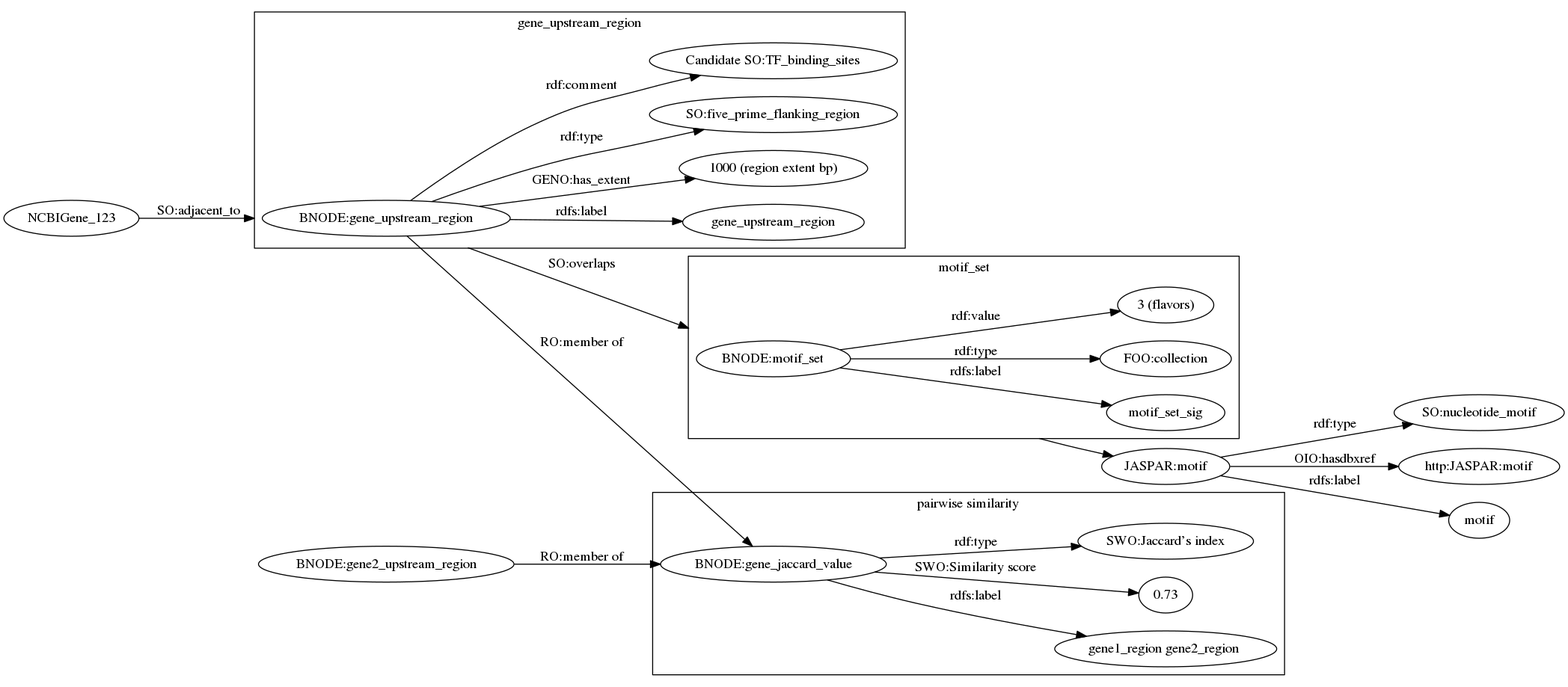
Above: jaspar_target_model.png in TomConlin/Jaspar_FA (Graphviz), before the change. Its source is kept beside it as jaspar_target_model.gv.
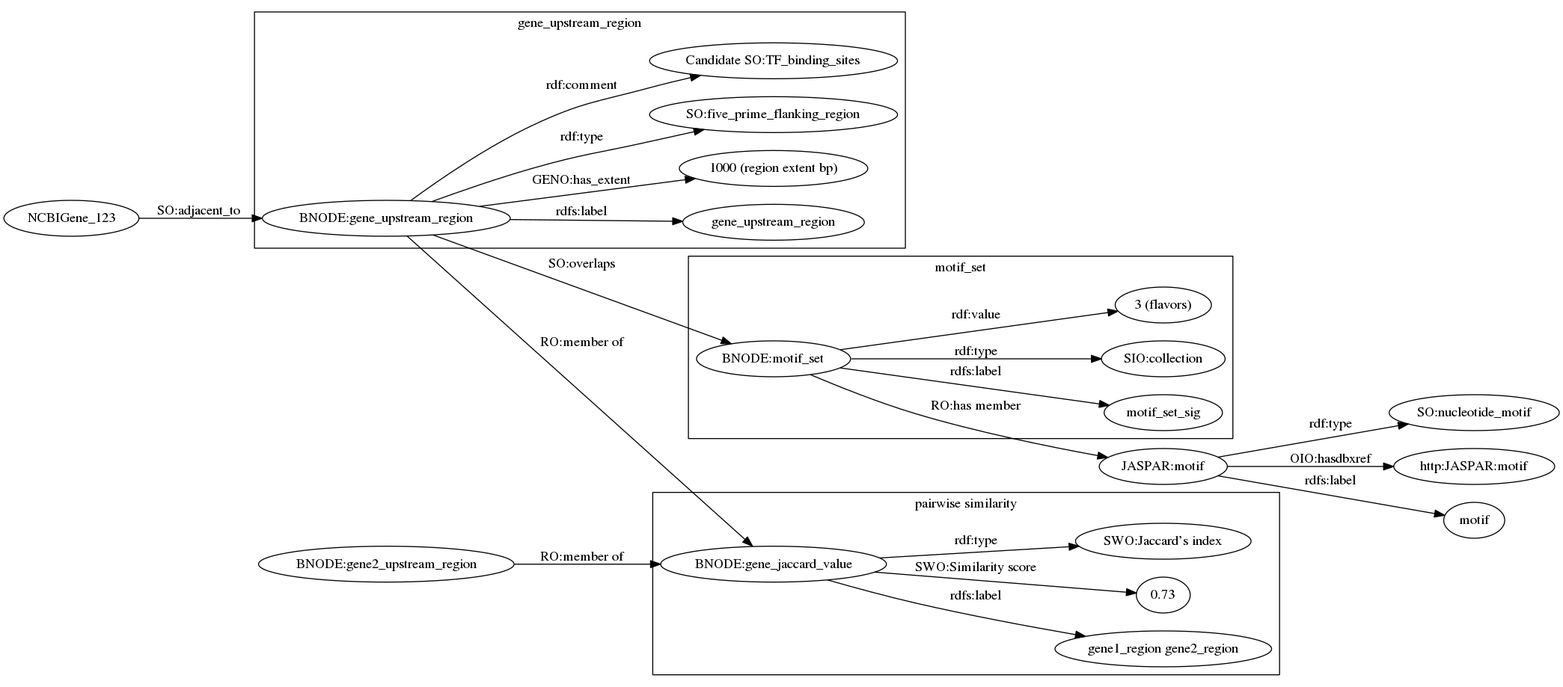
The same diagram one commit later.

Change to the diagram source:
```diff
@@ -3,9 +3,9 @@
  compound=true;
  title=JASPAR_target_model
 
-"NCBIGene_123" -> "BNODE:gene_upstream_region" [label="SO:adjacent_to",lhead="cluster_0"]
+ "NCBIGene_123" -> "BNODE:gene_upstream_region" [label="SO:adjacent_to"]
 
-subgraph  cluster_0 { // the genomic region
+ subgraph  cluster_0 { // the genomic region
 	label=gene_upstream_region
 	"BNODE:gene_upstream_region" -> "gene_upstream_region" [label="rdfs:label"]
 	"BNODE:gene_upstream_region" -> "1000 (region extent bp)" [label="GENO:has_extent"]
@@ -13,29 +13,27 @@
 	"BNODE:gene_upstream_region" -> "Candidate SO:TF_binding_sites" [label="rdf:comment"]
  }
 
-"BNODE:gene_upstream_region"-> "BNODE:motif_set" [label="SO:overlaps", ltail="cluster_0",lhead="cluster_1"]
+ "BNODE:gene_upstream_region"-> "BNODE:motif_set" [label="SO:overlaps"]
 
-subgraph cluster_1 { // set of motifs
+ subgraph cluster_1 { // set of motifs
 	label=motif_set
 	"BNODE:motif_set" -> "motif_set_sig"[label="rdfs:label"]
-	"BNODE:motif_set" -> "FOO:collection"[label="rdf:type"]
+	"BNODE:motif_set" -> "SIO:collection"[label="rdf:type"]
 	"BNODE:motif_set" -> "3 (flavors)"  [label="rdf:value"]
  }
 
-"BNODE:motif_set" -> "JASPAR:motif" [label="",ltail=cluster_1]
-"JASPAR:motif" -> "SO:nucleotide_motif" [label="rdf:type"]
-"JASPAR:motif" -> "http:JASPAR:motif"   [label="OIO:hasdbxref"]
-"JASPAR:motif" -> "motif"[label="rdfs:label"]
+ "BNODE:motif_set" -> "JASPAR:motif" [label="RO:has member"]
+ "JASPAR:motif" -> "SO:nucleotide_motif" [label="rdf:type"]
+ "JASPAR:motif" -> "http:JASPAR:motif"   [label="OIO:hasdbxref"]
+ "JASPAR:motif" -> "motif"[label="rdfs:label"]
 
-"BNODE:gene_upstream_region" -> "BNODE:gene_jaccard_value" [label="RO:member of"]
-"BNODE:gene2_upstream_region" -> "BNODE:gene_jaccard_value" [label="RO:member of"]
+ "BNODE:gene_upstream_region" -> "BNODE:gene_jaccard_value" [label="RO:member of"]
+ "BNODE:gene2_upstream_region" -> "BNODE:gene_jaccard_value" [label="RO:member of"]
 
-subgraph cluster_2 { // pairwise (dis)similarity
+ subgraph cluster_2 { // pairwise (dis)similarity
 	label="pairwise similarity"
-	"BNODE:gene_jaccard_value" -> "gene1_region gene2_region " [label="rdfs:label"]
+	"BNODE:gene_jaccard_value" -> "gene1_region gene2_region" [label="rdfs:label"]
 	"BNODE:gene_jaccard_value" -> "0.73" [label="SWO:Similarity score"]
-
 	"BNODE:gene_jaccard_value" -> "SWO:Jaccard’s index" [label="rdf:type"]
+ }
 }
-
-}
```
